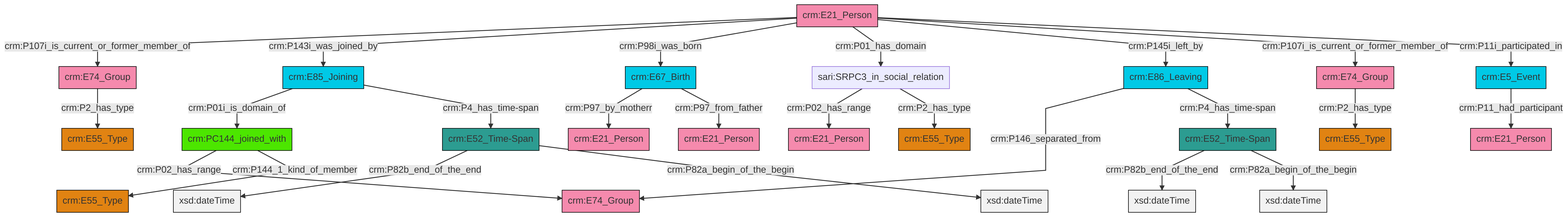
Earlier version of the Mermaid export et/personCSV/ttl/mmd/png/Person_Actor_Relations.png (swiss-art-research-net/docs.swissartresearch). Its source is kept beside it as et/personCSV/ttl/mmd/Person_Actor_Relations.ttl.mmd.
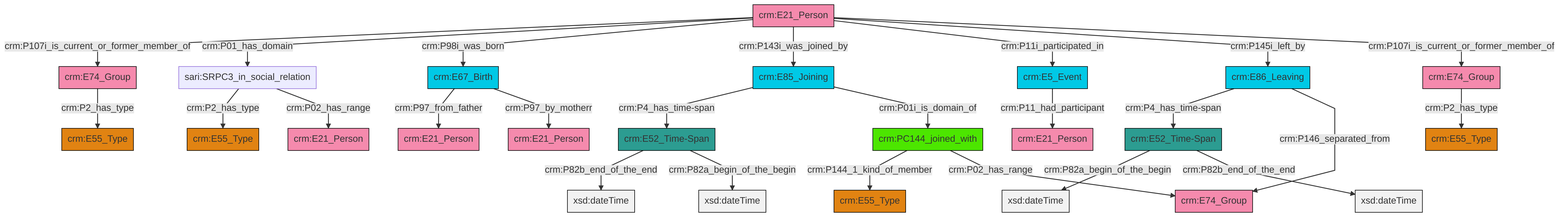
After the change.

What changed in the source:
```diff
@@ -13,27 +13,27 @@
 classDef PC_Classes fill:#4ce600, stroke:#000000;
 classDef Multi fill:#cccccc,stroke:#000000;
 
-0["crm:E21_Person"]:::Actor -->|crm:P107i_is_current_or_former_member_of| 1["crm:E74_Group"]:::Actor
-2["crm:E52_Time-Span"]:::Time-Span -->|crm:P82b_end_of_the_end| 3[xsd:dateTime]:::Literal
-14["crm:E67_Birth"]:::Temporal_Entity -->|crm:P97_by_motherr| 15["crm:E21_Person"]:::Actor
-0["crm:E21_Person"]:::Actor -->|crm:P143i_was_joined_by| 8["crm:E85_Joining"]:::Temporal_Entity
-12["crm:E86_Leaving"]:::Temporal_Entity -->|crm:P146_separated_from| 16["crm:E74_Group"]:::Actor
-14["crm:E67_Birth"]:::Temporal_Entity -->|crm:P97_from_father| 6["crm:E21_Person"]:::Actor
-19["crm:PC144_joined_with"]:::PC_Classes -->|crm:P02_has_range| 16["crm:E74_Group"]:::Actor
-12["crm:E86_Leaving"]:::Temporal_Entity -->|crm:P4_has_time-span| 20["crm:E52_Time-Span"]:::Time-Span
-20["crm:E52_Time-Span"]:::Time-Span -->|crm:P82b_end_of_the_end| 21[xsd:dateTime]:::Literal
-2["crm:E52_Time-Span"]:::Time-Span -->|crm:P82a_begin_of_the_begin| 24[xsd:dateTime]:::Literal
-27["crm:E5_Event"]:::Temporal_Entity -->|crm:P11_had_participant| 28["crm:E21_Person"]:::Actor
-0["crm:E21_Person"]:::Actor -->|crm:P98i_was_born| 14["crm:E67_Birth"]:::Temporal_Entity
-0["crm:E21_Person"]:::Actor -->|crm:P01_has_domain| 4["sari:SRPC3_in_social_relation"]:::Default
-8["crm:E85_Joining"]:::Temporal_Entity -->|crm:P01i_is_domain_of| 19["crm:PC144_joined_with"]:::PC_Classes
-0["crm:E21_Person"]:::Actor -->|crm:P145i_left_by| 12["crm:E86_Leaving"]:::Temporal_Entity
-19["crm:PC144_joined_with"]:::PC_Classes -->|crm:P144_1_kind_of_member| 10["crm:E55_Type"]:::Type
-37["crm:E74_Group"]:::Actor -->|crm:P2_has_type| 30["crm:E55_Type"]:::Type
-0["crm:E21_Person"]:::Actor -->|crm:P107i_is_current_or_former_member_of| 37["crm:E74_Group"]:::Actor
-0["crm:E21_Person"]:::Actor -->|crm:P11i_participated_in| 27["crm:E5_Event"]:::Temporal_Entity
-8["crm:E85_Joining"]:::Temporal_Entity -->|crm:P4_has_time-span| 2["crm:E52_Time-Span"]:::Time-Span
-20["crm:E52_Time-Span"]:::Time-Span -->|crm:P82a_begin_of_the_begin| 43[xsd:dateTime]:::Literal
-4["sari:SRPC3_in_social_relation"]:::Default -->|crm:P02_has_range| 44["crm:E21_Person"]:::Actor
-1["crm:E74_Group"]:::Actor -->|crm:P2_has_type| 33["crm:E55_Type"]:::Type
-4["sari:SRPC3_in_social_relation"]:::Default -->|crm:P2_has_type| 25["crm:E55_Type"]:::Type
+2["crm:E86_Leaving"]:::Temporal_Entity -->|crm:P4_has_time-span| 3["crm:E52_Time-Span"]:::Time-Span
+4["crm:E5_Event"]:::Temporal_Entity -->|crm:P11_had_participant| 5["crm:E21_Person"]:::Actor
+3["crm:E52_Time-Span"]:::Time-Span -->|crm:P82a_begin_of_the_begin| 6[xsd:dateTime]:::Literal
+7["crm:E74_Group"]:::Actor -->|crm:P2_has_type| 8["crm:E55_Type"]:::Type
+2["crm:E86_Leaving"]:::Temporal_Entity -->|crm:P146_separated_from| 10["crm:E74_Group"]:::Actor
+15["crm:E21_Person"]:::Actor -->|crm:P107i_is_current_or_former_member_of| 16["crm:E74_Group"]:::Actor
+17["crm:E85_Joining"]:::Temporal_Entity -->|crm:P4_has_time-span| 18["crm:E52_Time-Span"]:::Time-Span
+15["crm:E21_Person"]:::Actor -->|crm:P01_has_domain| 21["sari:SRPC3_in_social_relation"]:::Default
+22["crm:E67_Birth"]:::Temporal_Entity -->|crm:P97_from_father| 23["crm:E21_Person"]:::Actor
+15["crm:E21_Person"]:::Actor -->|crm:P98i_was_born| 22["crm:E67_Birth"]:::Temporal_Entity
+21["sari:SRPC3_in_social_relation"]:::Default -->|crm:P2_has_type| 11["crm:E55_Type"]:::Type
+28["crm:PC144_joined_with"]:::PC_Classes -->|crm:P144_1_kind_of_member| 13["crm:E55_Type"]:::Type
+21["sari:SRPC3_in_social_relation"]:::Default -->|crm:P02_has_range| 29["crm:E21_Person"]:::Actor
+15["crm:E21_Person"]:::Actor -->|crm:P143i_was_joined_by| 17["crm:E85_Joining"]:::Temporal_Entity
+18["crm:E52_Time-Span"]:::Time-Span -->|crm:P82b_end_of_the_end| 38[xsd:dateTime]:::Literal
+18["crm:E52_Time-Span"]:::Time-Span -->|crm:P82a_begin_of_the_begin| 39[xsd:dateTime]:::Literal
+16["crm:E74_Group"]:::Actor -->|crm:P2_has_type| 0["crm:E55_Type"]:::Type
+28["crm:PC144_joined_with"]:::PC_Classes -->|crm:P02_has_range| 10["crm:E74_Group"]:::Actor
+15["crm:E21_Person"]:::Actor -->|crm:P11i_participated_in| 4["crm:E5_Event"]:::Temporal_Entity
+3["crm:E52_Time-Span"]:::Time-Span -->|crm:P82b_end_of_the_end| 42[xsd:dateTime]:::Literal
+15["crm:E21_Person"]:::Actor -->|crm:P145i_left_by| 2["crm:E86_Leaving"]:::Temporal_Entity
+15["crm:E21_Person"]:::Actor -->|crm:P107i_is_current_or_former_member_of| 7["crm:E74_Group"]:::Actor
+22["crm:E67_Birth"]:::Temporal_Entity -->|crm:P97_by_motherr| 25["crm:E21_Person"]:::Actor
+17["crm:E85_Joining"]:::Temporal_Entity -->|crm:P01i_is_domain_of| 28["crm:PC144_joined_with"]:::PC_Classes
```
